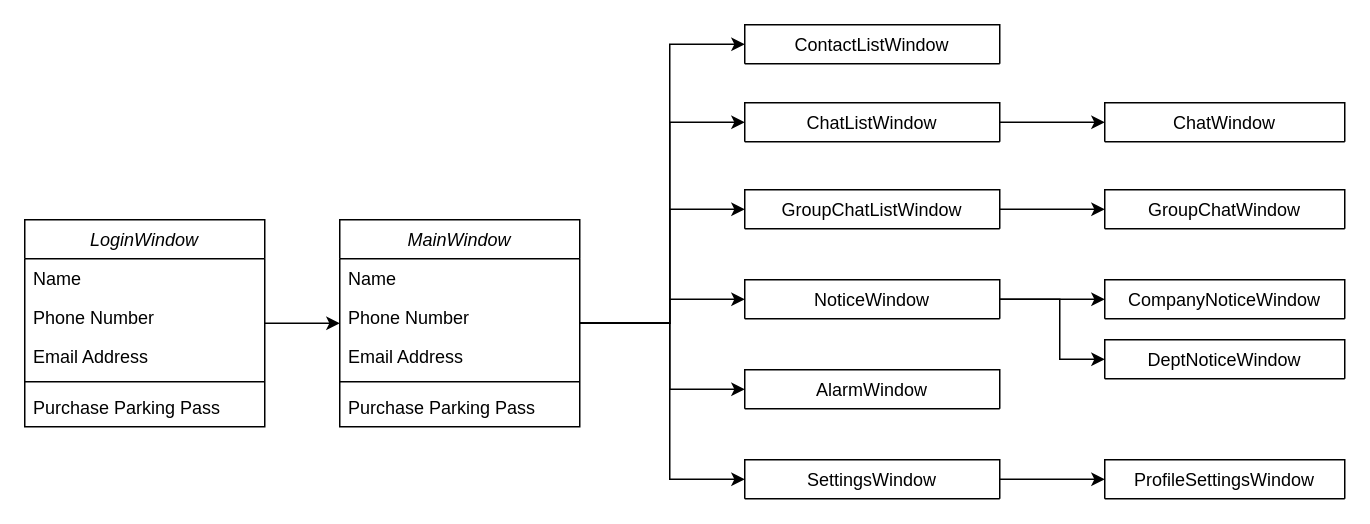
kiyuniii/Messenger keeps this draw.io diagram as docs/windowDiagram.drawio. Above is the earlier version. Source tidied: cells renumbered, new cells numbered last; positions are measured from the earlier drawing's top-left corner, leaving out a move shared by most shapes. Both pictures are drawn from the tidied source at 150%, with x=0, y=0 at pixel (24, 24).
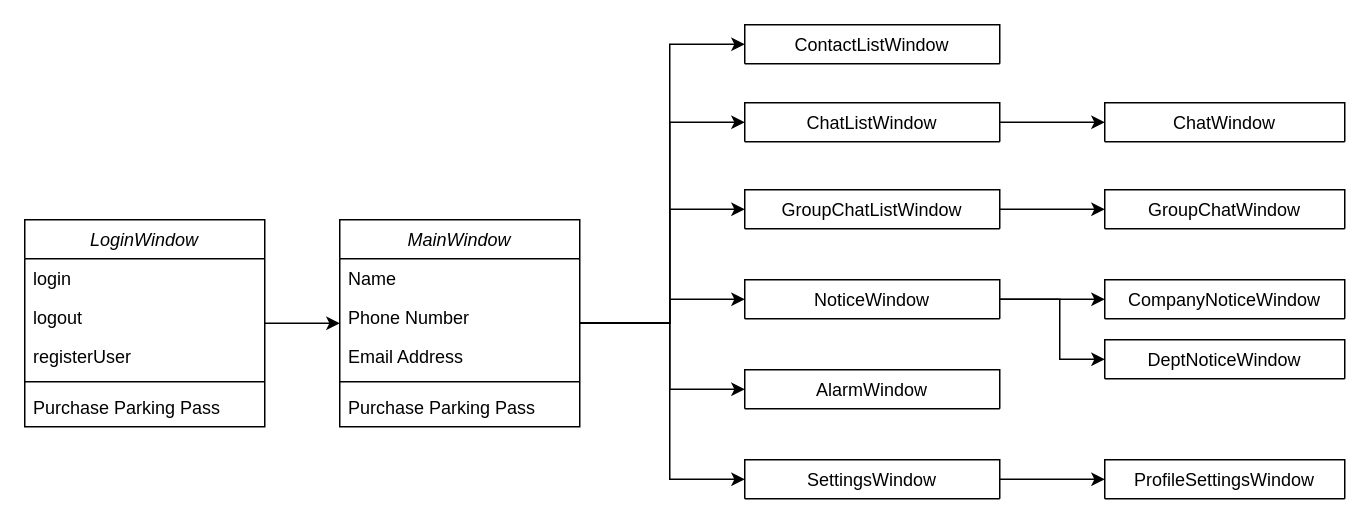
The same page after the edit.

The change refers to these unchanged cells:
```xml
<mxCell id="21" value="LoginWindow" style="swimlane;fontStyle=2;align=center;verticalAlign=top;horizontal=1;startSize=26;rounded=0;shadow=0;strokeWidth=1;" parent="1" vertex="1">
  <mxGeometry y="130" width="160" height="138" as="geometry" />
</mxCell>
```

The edit, as a diff of the source:
```diff
@@
-    <mxCell id="22" value="Name" style="text;align=left;verticalAlign=top;spacingLeft=4;spacingRight=4;overflow=hidden;" parent="21" vertex="1">
+    <mxCell id="22" value="login" style="text;align=left;verticalAlign=top;spacingLeft=4;spacingRight=4;overflow=hidden;" parent="21" vertex="1">
       <mxGeometry y="26" width="160" height="26" as="geometry" />
     </mxCell>
-    <mxCell id="23" value="Phone Number" style="text;align=left;verticalAlign=top;spacingLeft=4;spacingRight=4;overflow=hidden;rounded=0;shadow=0;html=0;" parent="21" vertex="1">
+    <mxCell id="23" value="logout&#10;" style="text;align=left;verticalAlign=top;spacingLeft=4;spacingRight=4;overflow=hidden;rounded=0;shadow=0;html=0;" parent="21" vertex="1">
       <mxGeometry y="52" width="160" height="26" as="geometry" />
     </mxCell>
-    <mxCell id="24" value="Email Address" style="text;align=left;verticalAlign=top;spacingLeft=4;spacingRight=4;overflow=hidden;rounded=0;shadow=0;html=0;" parent="21" vertex="1">
-      <mxGeometry y="78" width="160" height="26" as="geometry" />
-    </mxCell>
+    <mxCell id="37" value="registerUser" style="text;align=left;verticalAlign=top;spacingLeft=4;spacingRight=4;overflow=hidden;rounded=0;shadow=0;html=0;" parent="21" vertex="1">
+      <mxGeometry y="78" width="160" height="26" as="geometry" />
+    </mxCell>
```
